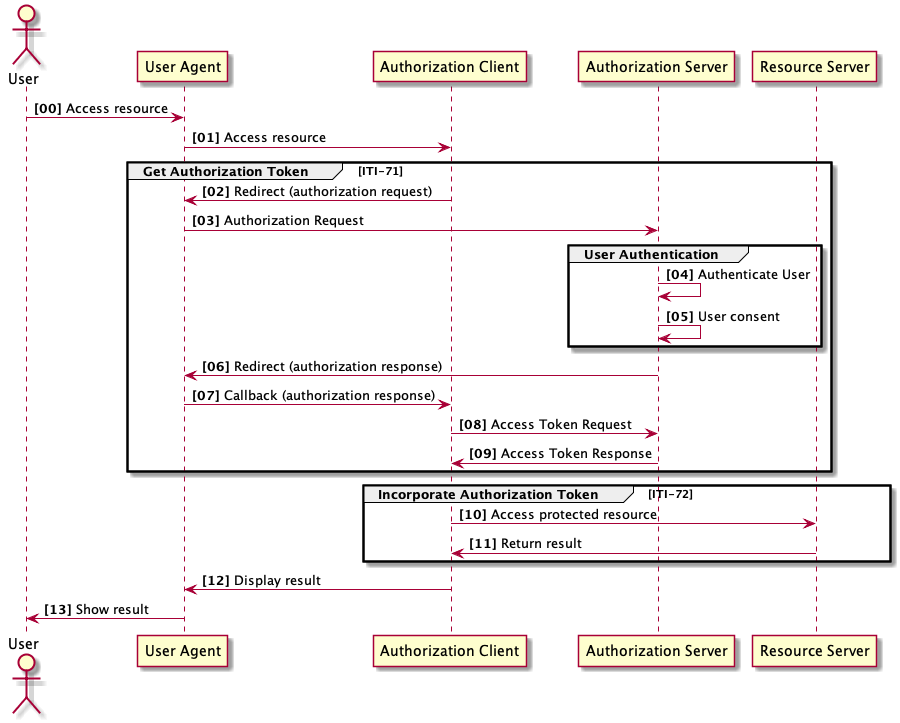
Before: IUA.b/media/authorization-code-grant.png, a diagram exported from PlantUML (IHE/IT-Infrastructure).
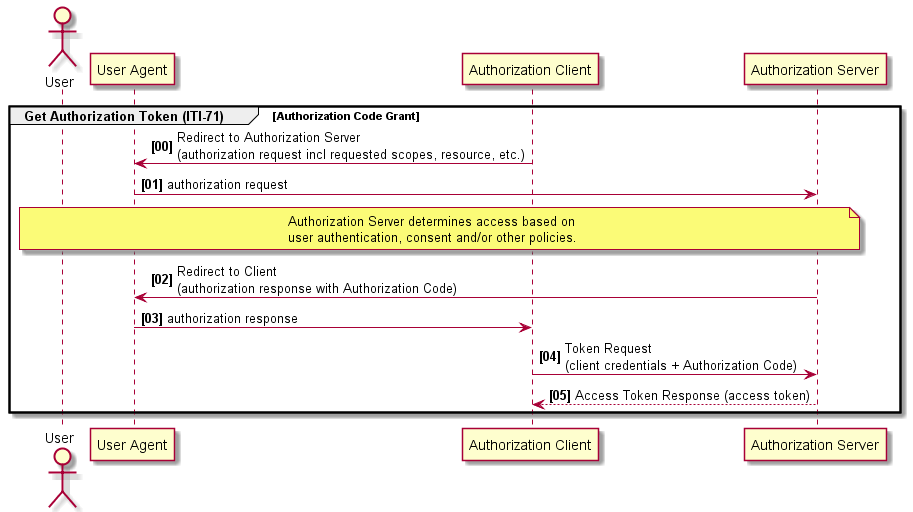
After the change.

Change to the diagram source:
```diff
@@ -1,50 +1,27 @@
-@startuml
+@startuml authorization-code-grant
 
 actor User
 
 participant "User Agent" as UserAgent
 participant "Authorization Client" as Client
 participant "Authorization Server" as AuthzServer
-participant "Resource Server" as ResourceServer
 
 autonumber 0 1 "<b>[00]"
 
+group Get Authorization Token (ITI-71) [Authorization Code Grant]
+Client -> UserAgent: Redirect to Authorization Server \n(authorization request incl requested scopes, resource, etc.)
+UserAgent -> AuthzServer: authorization request
 
+note over User, AuthzServer
+  Authorization Server determines access based on
+  user authentication, consent and/or other policies.
+end note
 
-User -> UserAgent: Access resource
-UserAgent -> Client: Access resource
+AuthzServer -> UserAgent: Redirect to Client \n(authorization response with Authorization Code)
+UserAgent -> Client: authorization response
 
-group Get Authorization Token [ITI-71]
-Client -> UserAgent: Redirect (authorization request)
-
-UserAgent -> AuthzServer: Authorization Request
-
-group User Authentication
-AuthzServer -> AuthzServer: Authenticate User
-AuthzServer -> AuthzServer: User consent
+Client -> AuthzServer: Token Request \n(client credentials + Authorization Code)
+AuthzServer --> Client: Access Token Response (access token)
 end
 
-AuthzServer -> UserAgent: Redirect (authorization response)
-UserAgent -> Client: Callback (authorization response)
-
-Client -> AuthzServer: Access Token Request
-AuthzServer -> Client: Access Token Response
-
-end
-
-group Incorporate Authorization Token [ITI-72]
-
-Client -> ResourceServer: Access protected resource
-ResourceServer -> Client: Return result
-
-end
-
-Client -> UserAgent: Display result
-
-UserAgent -> User : Show result
-
-
-
-autonumber stop
-
 @enduml
```
